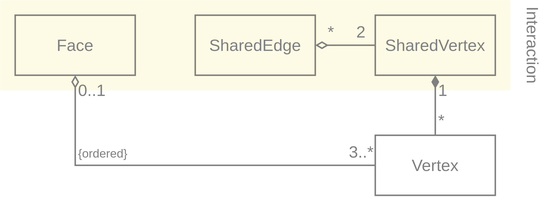
The draw.io diagram wiki/MetaMeshGraph.svg in YoanWithY/kayo, before a commit. Source tidied: cells renumbered, new cells last; positions are measured from the earlier drawing's top-left corner, leaving out a move shared by most shapes. Its diagram source:
```xml
<mxGraphModel>
  <root>
    <mxCell id="0" />
    <mxCell id="1" parent="0" />
    <mxCell id="2" style="rounded=0;whiteSpace=wrap;html=1;fillColor=#E6D600;strokeColor=none;opacity=10;" parent="1" vertex="1">
      <mxGeometry width="340" height="60" as="geometry" />
    </mxCell>
    <mxCell id="3" style="edgeStyle=orthogonalEdgeStyle;shape=connector;rounded=0;html=1;labelBackgroundColor=default;strokeColor=#808080;fontFamily=Helvetica;fontSize=11;fontColor=#808080;endArrow=none;endFill=0;startArrow=diamondThin;startFill=1;" parent="1" edge="1" source="6" target="8">
      <mxGeometry relative="1" as="geometry" />
    </mxCell>
    <mxCell id="4" value="1" style="edgeLabel;align=left;verticalAlign=middle;fontSize=11;fontFamily=Helvetica;fontColor=#808080;labelBackgroundColor=none;html=1;" parent="3" vertex="1">
      <mxGeometry x="-0.68" relative="1" as="geometry">
        <mxPoint y="4" as="offset" />
      </mxGeometry>
    </mxCell>
    <mxCell id="5" value="*" style="edgeLabel;align=left;verticalAlign=middle;fontSize=11;fontFamily=Helvetica;fontColor=#808080;labelBackgroundColor=none;html=1;" parent="3" vertex="1">
      <mxGeometry x="0.74" relative="1" as="geometry">
        <mxPoint y="-5" as="offset" />
      </mxGeometry>
    </mxCell>
    <mxCell id="6" value="SharedVertex" style="rounded=0;whiteSpace=wrap;html=1;fillColor=none;strokeColor=#808080;fontColor=#808080;fontFamily=Helvetica;fontSize=11;" parent="1" vertex="1">
      <mxGeometry x="250" y="10" width="80" height="40" as="geometry" />
    </mxCell>
    <mxCell id="7" value="SharedEdge" style="rounded=0;whiteSpace=wrap;html=1;fillColor=none;strokeColor=#808080;fontColor=#808080;fontFamily=Helvetica;fontSize=11;" parent="1" vertex="1">
      <mxGeometry x="130" y="10" width="80" height="40" as="geometry" />
    </mxCell>
    <mxCell id="8" value="Vertex" style="rounded=0;whiteSpace=wrap;html=1;fillColor=none;strokeColor=#808080;fontColor=#808080;fontFamily=Helvetica;fontSize=11;" parent="1" vertex="1">
      <mxGeometry x="250" y="90" width="80" height="40" as="geometry" />
    </mxCell>
    <mxCell id="9" value="Face" style="rounded=0;whiteSpace=wrap;html=1;fillColor=none;strokeColor=#808080;fontColor=#808080;fontFamily=Helvetica;fontSize=11;" parent="1" vertex="1">
      <mxGeometry x="10" y="10" width="80" height="40" as="geometry" />
    </mxCell>
    <mxCell id="10" style="edgeStyle=orthogonalEdgeStyle;shape=connector;rounded=0;html=1;labelBackgroundColor=default;strokeColor=#808080;fontFamily=Helvetica;fontSize=11;fontColor=#808080;startArrow=diamondThin;startFill=0;endArrow=none;endFill=0;" parent="1" edge="1" source="7" target="6">
      <mxGeometry relative="1" as="geometry">
        <Array as="points">
          <mxPoint x="230" y="30" />
          <mxPoint x="230" y="30" />
        </Array>
      </mxGeometry>
    </mxCell>
    <mxCell id="11" value="*" style="edgeLabel;html=1;align=center;verticalAlign=bottom;fontSize=11;fontFamily=Helvetica;fontColor=#808080;labelBackgroundColor=none;spacing=2;" parent="10" vertex="1">
      <mxGeometry x="-0.67" relative="1" as="geometry">
        <mxPoint x="3" as="offset" />
      </mxGeometry>
    </mxCell>
    <mxCell id="12" value="2" style="edgeLabel;html=1;align=center;verticalAlign=bottom;fontSize=11;fontFamily=Helvetica;fontColor=#808080;labelBackgroundColor=none;" parent="10" vertex="1">
      <mxGeometry x="0.7" y="-1" relative="1" as="geometry">
        <mxPoint x="-4" y="-1" as="offset" />
      </mxGeometry>
    </mxCell>
    <mxCell id="13" style="edgeStyle=orthogonalEdgeStyle;shape=connector;rounded=0;html=1;labelBackgroundColor=default;strokeColor=#808080;fontFamily=Helvetica;fontSize=11;fontColor=#808080;startArrow=diamondThin;startFill=0;endArrow=none;endFill=0;" parent="1" edge="1" source="9" target="8">
      <mxGeometry relative="1" as="geometry">
        <Array as="points">
          <mxPoint x="50" y="110" />
        </Array>
      </mxGeometry>
    </mxCell>
    <mxCell id="14" value="3..*" style="edgeLabel;align=right;verticalAlign=bottom;fontSize=11;fontFamily=Helvetica;fontColor=#808080;labelBackgroundColor=none;spacing=2;spacingTop=0;spacingLeft=0;spacingRight=0;html=1;" parent="13" vertex="1">
      <mxGeometry x="0.71" relative="1" as="geometry">
        <mxPoint x="37" as="offset" />
      </mxGeometry>
    </mxCell>
    <mxCell id="15" value="0..1" style="edgeLabel;html=1;align=left;verticalAlign=middle;fontSize=11;fontFamily=Helvetica;fontColor=#808080;labelBackgroundColor=none;" parent="13" vertex="1">
      <mxGeometry x="-0.41" y="-1" relative="1" as="geometry">
        <mxPoint x="-17" y="-51" as="offset" />
      </mxGeometry>
    </mxCell>
    <mxCell id="16" value="{ordered}" style="edgeLabel;html=1;align=left;verticalAlign=bottom;fontSize=8;labelBackgroundColor=none;fontColor=#808080;" parent="13" vertex="1">
      <mxGeometry x="-0.14" y="-1" relative="1" as="geometry">
        <mxPoint x="-52" y="-1" as="offset" />
      </mxGeometry>
    </mxCell>
    <mxCell id="17" value="Interaction" style="text;html=1;strokeColor=none;fillColor=none;align=center;verticalAlign=middle;whiteSpace=wrap;rounded=0;labelBackgroundColor=none;fontFamily=Helvetica;fontSize=11;fontColor=#808080;opacity=10;horizontal=0;rotation=-180;" parent="1" vertex="1">
      <mxGeometry x="340" width="30" height="60" as="geometry" />
    </mxCell>
  </root>
</mxGraphModel>
```
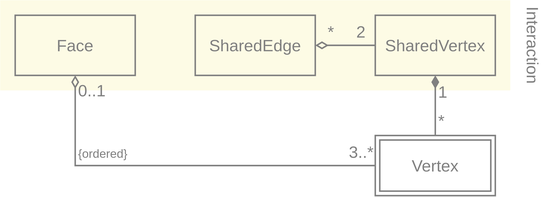
After the change.

Change to the diagram source:
```diff
@@ -24,7 +24,7 @@
     <mxCell id="7" value="SharedEdge" style="rounded=0;whiteSpace=wrap;html=1;fillColor=none;strokeColor=#808080;fontColor=#808080;fontFamily=Helvetica;fontSize=11;" parent="1" vertex="1">
       <mxGeometry x="130" y="10" width="80" height="40" as="geometry" />
     </mxCell>
-    <mxCell id="8" value="Vertex" style="rounded=0;whiteSpace=wrap;html=1;fillColor=none;strokeColor=#808080;fontColor=#808080;fontFamily=Helvetica;fontSize=11;" parent="1" vertex="1">
+    <mxCell id="8" value="Vertex" style="rounded=0;whiteSpace=wrap;html=1;fillColor=none;strokeColor=#808080;fontColor=#808080;fontFamily=Helvetica;fontSize=11;perimeterSpacing=0;glass=0;" parent="1" vertex="1">
       <mxGeometry x="250" y="90" width="80" height="40" as="geometry" />
     </mxCell>
     <mxCell id="9" value="Face" style="rounded=0;whiteSpace=wrap;html=1;fillColor=none;strokeColor=#808080;fontColor=#808080;fontFamily=Helvetica;fontSize=11;" parent="1" vertex="1">
@@ -73,5 +73,8 @@
     <mxCell id="17" value="Interaction" style="text;html=1;strokeColor=none;fillColor=none;align=center;verticalAlign=middle;whiteSpace=wrap;rounded=0;labelBackgroundColor=none;fontFamily=Helvetica;fontSize=11;fontColor=#808080;opacity=10;horizontal=0;rotation=-180;" parent="1" vertex="1">
       <mxGeometry x="340" width="30" height="60" as="geometry" />
     </mxCell>
+    <mxCell id="18" style="rounded=0;whiteSpace=wrap;html=1;fillColor=none;strokeColor=#808080;fontColor=#808080;fontFamily=Helvetica;fontSize=11;perimeterSpacing=0;glass=0;" parent="1" vertex="1">
+      <mxGeometry x="253" y="93" width="74" height="34" as="geometry" />
+    </mxCell>
   </root>
 </mxGraphModel>
```
